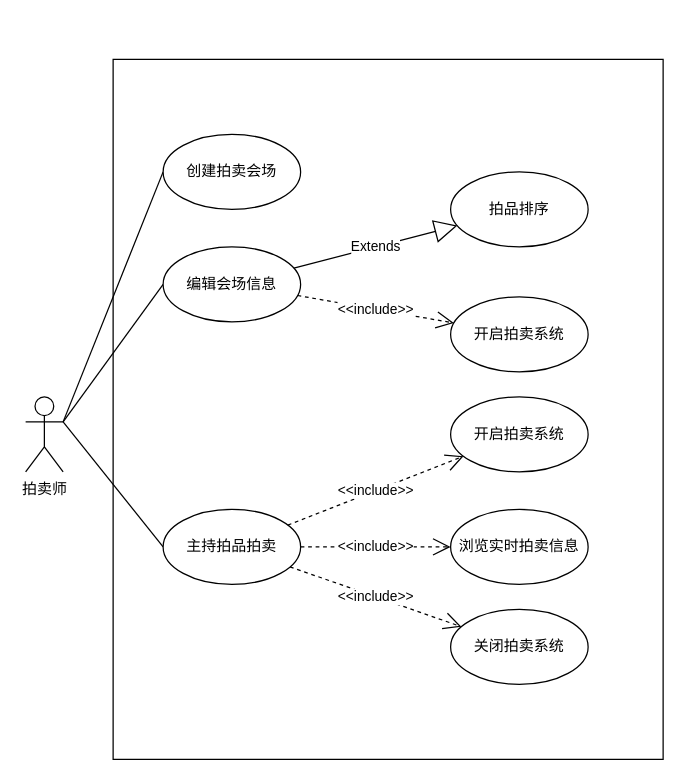
Above: docs/用例视图/源文件/auctioneer.drawio in xinghyfish/auction (draw.io), before the change. Source tidied: cells renumbered, new cells numbered last; positions are measured from the earlier drawing's top-left corner, leaving out a move shared by most shapes. Both pictures are drawn from the tidied source at 125%, with x=0, y=0 at pixel (25, 59).
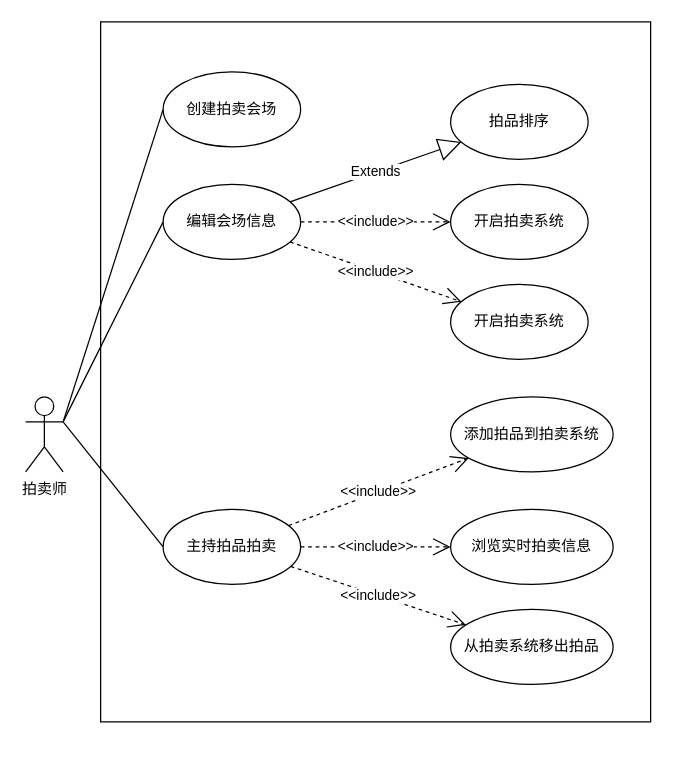
Above is the later version.

Unchanged cells that the change refers to:
```xml
<mxCell id="11" value="主持拍品拍卖" style="ellipse;whiteSpace=wrap;html=1;" parent="1" vertex="1">
  <mxGeometry x="110" y="360" width="110" height="60" as="geometry" />
</mxCell>
```

What changed in the source:
```diff
@@
     <mxCell id="2" style="rounded=0;whiteSpace=wrap;html=1;" parent="1" vertex="1">
-      <mxGeometry x="70" width="440" height="560" as="geometry" />
+      <mxGeometry x="60" y="-30" width="440" height="560" as="geometry" />
     </mxCell>
@@
     <mxCell id="7" value="创建拍卖会场" style="ellipse;whiteSpace=wrap;html=1;" parent="1" vertex="1">
-      <mxGeometry x="110" y="60" width="110" height="60" as="geometry" />
+      <mxGeometry x="110" y="10" width="110" height="60" as="geometry" />
     </mxCell>
     <mxCell id="8" value="编辑会场信息" style="ellipse;whiteSpace=wrap;html=1;" parent="1" vertex="1">
-      <mxGeometry x="110" y="150" width="110" height="60" as="geometry" />
+      <mxGeometry x="110" y="100" width="110" height="60" as="geometry" />
     </mxCell>
     <mxCell id="9" value="拍品排序" style="ellipse;whiteSpace=wrap;html=1;" parent="1" vertex="1">
-      <mxGeometry x="340" y="90" width="110" height="60" as="geometry" />
+      <mxGeometry x="340" y="20" width="110" height="60" as="geometry" />
     </mxCell>
@@
-    <mxCell id="12" value="开启拍卖系统" style="ellipse;whiteSpace=wrap;html=1;" parent="1" vertex="1">
-      <mxGeometry x="340" y="270" width="110" height="60" as="geometry" />
+    <mxCell id="12" value="添加拍品到拍卖系统" style="ellipse;whiteSpace=wrap;html=1;" parent="1" vertex="1">
+      <mxGeometry x="340" y="270" width="130" height="60" as="geometry" />
     </mxCell>
@@
-    <mxCell id="14" value="浏览实时拍卖信息" style="ellipse;whiteSpace=wrap;html=1;" parent="1" vertex="1">
-      <mxGeometry x="340" y="360" width="110" height="60" as="geometry" />
-    </mxCell>
-    <mxCell id="15" value="关闭拍卖系统" style="ellipse;whiteSpace=wrap;html=1;" parent="1" vertex="1">
-      <mxGeometry x="340" y="440" width="110" height="60" as="geometry" />
-    </mxCell>
-    <mxCell id="16" value="&amp;lt;&amp;lt;include&amp;gt;&amp;gt;" style="endArrow=open;endSize=12;dashed=1;html=1;rounded=0;" parent="1" edge="1" source="11" target="14">
-      <mxGeometry relative="1" as="geometry" />
+    <mxCell id="16" value="&amp;lt;&amp;lt;include&amp;gt;&amp;gt;" style="endArrow=open;endSize=12;dashed=1;html=1;rounded=0;" parent="1" edge="1" source="11">
+      <mxGeometry relative="1" as="geometry">
+        <mxPoint x="340" y="390" as="targetPoint" />
+      </mxGeometry>
     </mxCell>
-    <mxCell id="17" value="&amp;lt;&amp;lt;include&amp;gt;&amp;gt;" style="endArrow=open;endSize=12;dashed=1;html=1;rounded=0;" parent="1" edge="1" source="11" target="15">
-      <mxGeometry relative="1" as="geometry" />
+    <mxCell id="17" value="&amp;lt;&amp;lt;include&amp;gt;&amp;gt;" style="endArrow=open;endSize=12;dashed=1;html=1;rounded=0;" parent="1" edge="1" source="11">
+      <mxGeometry relative="1" as="geometry">
+        <mxPoint x="352.3" y="452.4" as="targetPoint" />
+      </mxGeometry>
     </mxCell>
     <mxCell id="18" value="开启拍卖系统" style="ellipse;whiteSpace=wrap;html=1;" parent="1" vertex="1">
-      <mxGeometry x="340" y="190" width="110" height="60" as="geometry" />
+      <mxGeometry x="340" y="100" width="110" height="60" as="geometry" />
     </mxCell>
@@
+    <mxCell id="14" value="浏览实时拍卖信息" style="ellipse;whiteSpace=wrap;html=1;" parent="1" vertex="1">
+      <mxGeometry x="340" y="360" width="130" height="60" as="geometry" />
+    </mxCell>
+    <mxCell id="20" value="从拍卖系统移出拍品" style="ellipse;whiteSpace=wrap;html=1;" parent="1" vertex="1">
+      <mxGeometry x="340" y="440" width="130" height="60" as="geometry" />
+    </mxCell>
+    <mxCell id="21" value="开启拍卖系统" style="ellipse;whiteSpace=wrap;html=1;" parent="1" vertex="1">
+      <mxGeometry x="340" y="180" width="110" height="60" as="geometry" />
+    </mxCell>
+    <mxCell id="22" value="&amp;lt;&amp;lt;include&amp;gt;&amp;gt;" style="endArrow=open;endSize=12;dashed=1;html=1;rounded=0;" parent="1" edge="1" source="8" target="21">
+      <mxGeometry relative="1" as="geometry" />
+    </mxCell>
```
